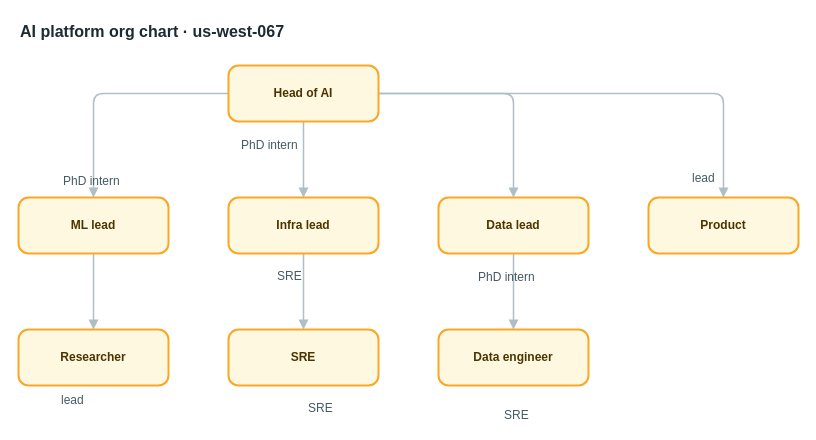
AryanG01/open-apprentice keeps this draw.io diagram as apps/web/public/samples/library/067-ai-platform-org-chart.drawio. Above is the earlier version. Source tidied: cells renumbered, new cells numbered last; positions are measured from the earlier drawing's top-left corner, leaving out a move shared by most shapes. Both pictures are drawn from the tidied source at 100%, with x=0, y=0 at pixel (18, 17).
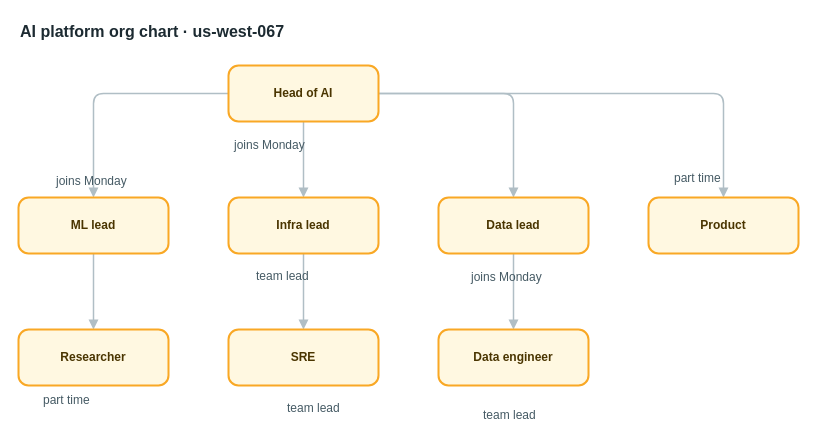
After the change.

The edit, as a diff of the source:
```diff
@@
-    <mxCell id="18" value="PhD intern" style="text;html=1;align=left;verticalAlign=top;whiteSpace=nowrap;spacing=0;spacingTop=0;strokeColor=none;fillColor=none;fontSize=12;fontColor=#455a64;" parent="1" vertex="1">
-      <mxGeometry x="223" y="116" width="82" height="20" as="geometry" />
+    <mxCell id="18" value="joins Monday" style="text;html=1;align=left;verticalAlign=top;whiteSpace=nowrap;spacing=0;spacingTop=0;strokeColor=none;fillColor=none;fontSize=12;fontColor=#455a64;" parent="1" vertex="1">
+      <mxGeometry x="216" y="116" width="96" height="20" as="geometry" />
     </mxCell>
-    <mxCell id="19" value="PhD intern" style="text;html=1;align=left;verticalAlign=top;whiteSpace=nowrap;spacing=0;spacingTop=0;strokeColor=none;fillColor=none;fontSize=12;fontColor=#455a64;" parent="1" vertex="1">
-      <mxGeometry x="45" y="152" width="82" height="20" as="geometry" />
+    <mxCell id="19" value="joins Monday" style="text;html=1;align=left;verticalAlign=top;whiteSpace=nowrap;spacing=0;spacingTop=0;strokeColor=none;fillColor=none;fontSize=12;fontColor=#455a64;" parent="1" vertex="1">
+      <mxGeometry x="38" y="152" width="96" height="20" as="geometry" />
     </mxCell>
-    <mxCell id="20" value="SRE" style="text;html=1;align=left;verticalAlign=top;whiteSpace=nowrap;spacing=0;spacingTop=0;strokeColor=none;fillColor=none;fontSize=12;fontColor=#455a64;" parent="1" vertex="1">
-      <mxGeometry x="259" y="247" width="33" height="20" as="geometry" />
+    <mxCell id="20" value="team lead" style="text;html=1;align=left;verticalAlign=top;whiteSpace=nowrap;spacing=0;spacingTop=0;strokeColor=none;fillColor=none;fontSize=12;fontColor=#455a64;" parent="1" vertex="1">
+      <mxGeometry x="238" y="247" width="75" height="20" as="geometry" />
     </mxCell>
-    <mxCell id="21" value="PhD intern" style="text;html=1;align=left;verticalAlign=top;whiteSpace=nowrap;spacing=0;spacingTop=0;strokeColor=none;fillColor=none;fontSize=12;fontColor=#455a64;" parent="1" vertex="1">
-      <mxGeometry x="460" y="248" width="82" height="20" as="geometry" />
+    <mxCell id="21" value="joins Monday" style="text;html=1;align=left;verticalAlign=top;whiteSpace=nowrap;spacing=0;spacingTop=0;strokeColor=none;fillColor=none;fontSize=12;fontColor=#455a64;" parent="1" vertex="1">
+      <mxGeometry x="453" y="248" width="96" height="20" as="geometry" />
     </mxCell>
-    <mxCell id="22" value="lead" style="text;html=1;align=left;verticalAlign=top;whiteSpace=nowrap;spacing=0;spacingTop=0;strokeColor=none;fillColor=none;fontSize=12;fontColor=#455a64;" parent="1" vertex="1">
-      <mxGeometry x="674" y="149" width="40" height="20" as="geometry" />
+    <mxCell id="22" value="part time" style="text;html=1;align=left;verticalAlign=top;whiteSpace=nowrap;spacing=0;spacingTop=0;strokeColor=none;fillColor=none;fontSize=12;fontColor=#455a64;" parent="1" vertex="1">
+      <mxGeometry x="656" y="149" width="75" height="20" as="geometry" />
     </mxCell>
-    <mxCell id="23" value="lead" style="text;html=1;align=left;verticalAlign=top;whiteSpace=nowrap;spacing=0;spacingTop=0;strokeColor=none;fillColor=none;fontSize=12;fontColor=#455a64;" parent="1" vertex="1">
-      <mxGeometry x="43" y="371" width="40" height="20" as="geometry" />
+    <mxCell id="23" value="part time" style="text;html=1;align=left;verticalAlign=top;whiteSpace=nowrap;spacing=0;spacingTop=0;strokeColor=none;fillColor=none;fontSize=12;fontColor=#455a64;" parent="1" vertex="1">
+      <mxGeometry x="25" y="371" width="75" height="20" as="geometry" />
     </mxCell>
-    <mxCell id="24" value="SRE" style="text;html=1;align=left;verticalAlign=top;whiteSpace=nowrap;spacing=0;spacingTop=0;strokeColor=none;fillColor=none;fontSize=12;fontColor=#455a64;" parent="1" vertex="1">
-      <mxGeometry x="290" y="379" width="33" height="20" as="geometry" />
+    <mxCell id="24" value="team lead" style="text;html=1;align=left;verticalAlign=top;whiteSpace=nowrap;spacing=0;spacingTop=0;strokeColor=none;fillColor=none;fontSize=12;fontColor=#455a64;" parent="1" vertex="1">
+      <mxGeometry x="269" y="379" width="75" height="20" as="geometry" />
     </mxCell>
-    <mxCell id="25" value="SRE" style="text;html=1;align=left;verticalAlign=top;whiteSpace=nowrap;spacing=0;spacingTop=0;strokeColor=none;fillColor=none;fontSize=12;fontColor=#455a64;" parent="1" vertex="1">
-      <mxGeometry x="486" y="386" width="33" height="20" as="geometry" />
+    <mxCell id="25" value="team lead" style="text;html=1;align=left;verticalAlign=top;whiteSpace=nowrap;spacing=0;spacingTop=0;strokeColor=none;fillColor=none;fontSize=12;fontColor=#455a64;" parent="1" vertex="1">
+      <mxGeometry x="465" y="386" width="75" height="20" as="geometry" />
     </mxCell>
```
